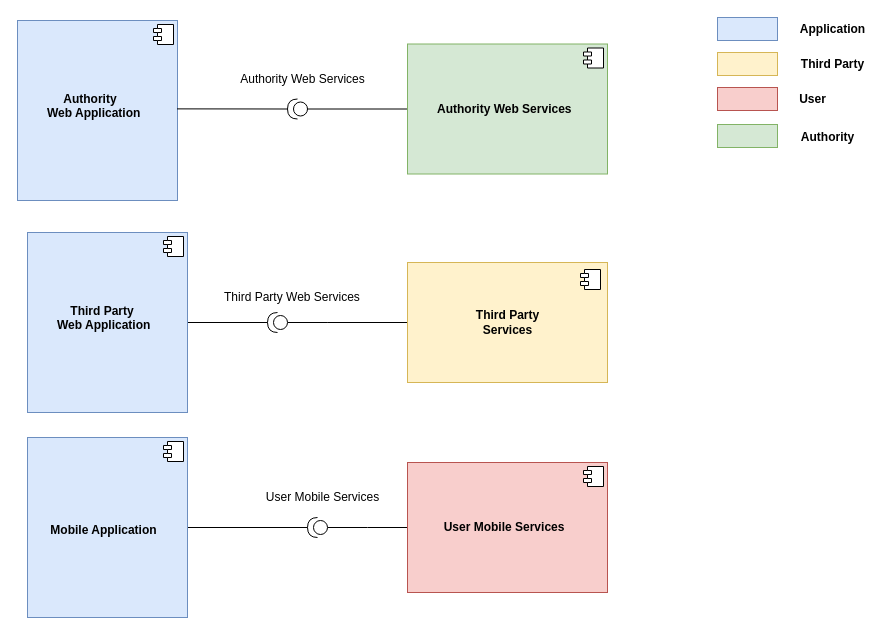
The draw.io diagram assets/images/COMPONENT (4).drawio in Tallino/DaneseSavoldelli, before the edit. Source tidied: cells renumbered, new cells numbered last; positions are measured from the earlier drawing's top-left corner, leaving out a move shared by most shapes. Both pictures are drawn from the tidied source at 100%, with x=0, y=0 at pixel (17, 17).
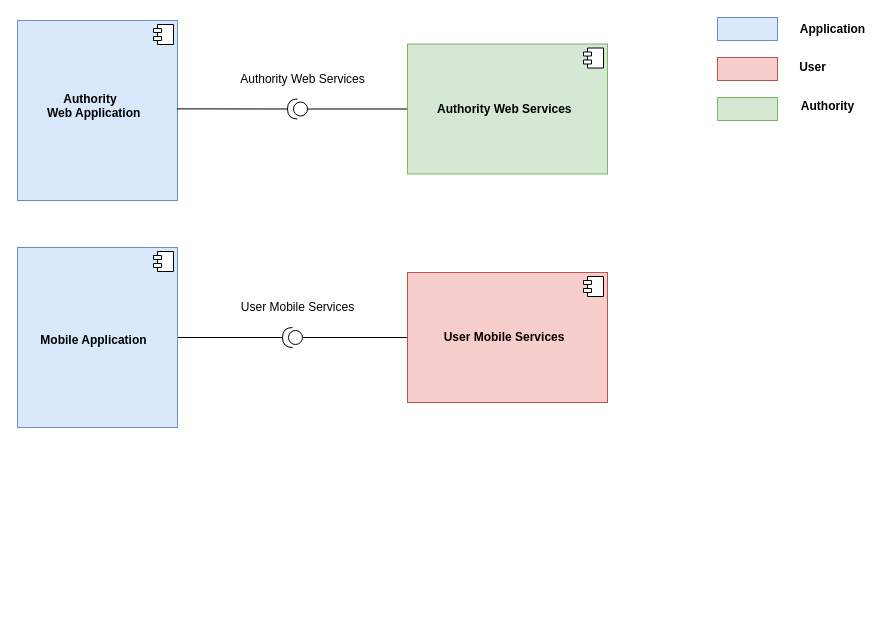
The same page after the edit.

What changed in the source:
```diff
@@
     <mxCell id="5" value="&lt;br&gt;&lt;br&gt;&lt;br&gt;&lt;br&gt;&lt;b&gt;&lt;br&gt;&lt;br&gt;&amp;nbsp; &amp;nbsp; &amp;nbsp; &amp;nbsp;Mobile Application&lt;br&gt;&lt;/b&gt;" style="align=left;overflow=fill;html=1;fillColor=#dae8fc;strokeColor=#6c8ebf;" parent="1" vertex="1">
-      <mxGeometry x="10" y="420" width="160" height="180" as="geometry" />
+      <mxGeometry y="230" width="160" height="180" as="geometry" />
     </mxCell>
@@
-    <mxCell id="7" style="edgeStyle=orthogonalEdgeStyle;rounded=0;jettySize=auto;html=1;endArrow=none;endFill=0;" parent="1" edge="1" source="8">
-      <mxGeometry relative="1" as="geometry">
-        <mxPoint x="390" y="510" as="targetPoint" />
-      </mxGeometry>
+    <mxCell id="7" style="edgeStyle=orthogonalEdgeStyle;rounded=0;jettySize=auto;html=1;endArrow=none;endFill=0;" parent="1" edge="1" source="8" target="15">
+      <mxGeometry relative="1" as="geometry" />
     </mxCell>
     <mxCell id="8" style="shape=providedRequiredInterface;html=1;verticalLabelPosition=bottom;rotation=180;" parent="1" vertex="1">
-      <mxGeometry x="290" y="500" width="20" height="20" as="geometry" />
+      <mxGeometry x="265" y="310" width="20" height="20" as="geometry" />
     </mxCell>
     <mxCell id="9" value="User Mobile Services" style="text;html=1;align=center;verticalAlign=middle;" parent="1" vertex="1">
-      <mxGeometry x="240" y="470" width="130" height="20" as="geometry" />
+      <mxGeometry x="215" y="280" width="130" height="20" as="geometry" />
     </mxCell>
@@
     <mxCell id="15" value="&lt;b&gt;&lt;br&gt;&lt;br&gt;&lt;br&gt;&lt;br&gt;&amp;nbsp; &amp;nbsp; &amp;nbsp; &amp;nbsp; &amp;nbsp; &amp;nbsp;User Mobile Services&lt;br&gt;&lt;/b&gt;" style="align=left;overflow=fill;html=1;fillColor=#f8cecc;strokeColor=#b85450;" parent="1" vertex="1">
-      <mxGeometry x="390" y="445" width="200" height="130" as="geometry" />
+      <mxGeometry x="390" y="255" width="200" height="130" as="geometry" />
     </mxCell>
@@
     <mxCell id="18" style="rounded=0;whiteSpace=wrap;html=1;fillColor=#f8cecc;strokeColor=#b85450;" parent="1" vertex="1">
-      <mxGeometry x="700" y="70" width="60" height="23" as="geometry" />
+      <mxGeometry x="700" y="40" width="60" height="23" as="geometry" />
     </mxCell>
-    <mxCell id="19" style="rounded=0;whiteSpace=wrap;html=1;fillColor=#fff2cc;strokeColor=#d6b656;" parent="1" vertex="1">
-      <mxGeometry x="700" y="35" width="60" height="23" as="geometry" />
-    </mxCell>
@@
-    <mxCell id="21" value="&lt;b&gt;Third Party&lt;/b&gt;" style="text;html=1;align=center;verticalAlign=middle;" parent="1" vertex="1">
-      <mxGeometry x="775" y="36.5" width="80" height="20" as="geometry" />
-    </mxCell>
     <mxCell id="22" value="&lt;b&gt;User&lt;/b&gt;" style="text;html=1;align=center;verticalAlign=middle;" parent="1" vertex="1">
-      <mxGeometry x="775" y="71.5" width="40" height="20" as="geometry" />
+      <mxGeometry x="775" y="40" width="40" height="20" as="geometry" />
     </mxCell>
     <mxCell id="23" style="rounded=0;whiteSpace=wrap;html=1;fillColor=#d5e8d4;strokeColor=#82b366;" parent="1" vertex="1">
-      <mxGeometry x="700" y="107" width="60" height="23" as="geometry" />
+      <mxGeometry x="700" y="80" width="60" height="23" as="geometry" />
     </mxCell>
     <mxCell id="24" value="Authority" style="text;html=1;align=center;verticalAlign=middle;fontStyle=1;" parent="1" vertex="1">
-      <mxGeometry x="775" y="110" width="70" height="20" as="geometry" />
+      <mxGeometry x="775" y="78.5" width="70" height="20" as="geometry" />
     </mxCell>
-    <mxCell id="25" style="edgeStyle=orthogonalEdgeStyle;rounded=0;jettySize=auto;html=1;endArrow=none;endFill=0;" parent="1" edge="1" source="26">
-      <mxGeometry relative="1" as="geometry">
-        <mxPoint x="310" y="305" as="targetPoint" />
-      </mxGeometry>
-    </mxCell>
-    <mxCell id="26" value="&lt;b&gt;Third Party&lt;br&gt;Services&lt;br&gt;&lt;/b&gt;" style="html=1;fillColor=#fff2cc;strokeColor=#d6b656;" parent="1" vertex="1">
-      <mxGeometry x="390" y="245" width="200" height="120" as="geometry" />
-    </mxCell>
-    <mxCell id="27" style="shape=component;jettyWidth=8;jettyHeight=4;" parent="26" vertex="1">
-      <mxGeometry x="1" width="20" height="20" relative="1" as="geometry">
-        <mxPoint x="-27" y="7" as="offset" />
-      </mxGeometry>
-    </mxCell>
-    <mxCell id="28" style="edgeStyle=orthogonalEdgeStyle;rounded=0;jettySize=auto;html=1;endArrow=none;endFill=0;" parent="1" edge="1" source="29">
-      <mxGeometry relative="1" as="geometry">
-        <mxPoint x="350" y="305" as="targetPoint" />
-      </mxGeometry>
-    </mxCell>
-    <mxCell id="29" style="shape=providedRequiredInterface;html=1;verticalLabelPosition=bottom;rotation=-180;" parent="1" vertex="1">
-      <mxGeometry x="250" y="295" width="20" height="20" as="geometry" />
-    </mxCell>
-    <mxCell id="30" value="Third Party Web Services" style="text;html=1;align=left;verticalAlign=top;spacingTop=-4;" parent="1" vertex="1">
-      <mxGeometry x="205" y="270" width="150" height="20" as="geometry" />
-    </mxCell>
-    <mxCell id="31" style="edgeStyle=orthogonalEdgeStyle;rounded=0;jettySize=auto;html=1;endArrow=none;endFill=0;" parent="1" edge="1" source="32" target="29">
-      <mxGeometry relative="1" as="geometry" />
-    </mxCell>
-    <mxCell id="32" value="&lt;br&gt;&lt;br&gt;&lt;br&gt;&lt;br&gt;&lt;b&gt;&lt;br&gt;&lt;/b&gt;&lt;b&gt;&amp;nbsp; &amp;nbsp; &amp;nbsp; &amp;nbsp; &amp;nbsp; &amp;nbsp; &amp;nbsp;Third Party&lt;br&gt;&amp;nbsp; &amp;nbsp; &amp;nbsp; &amp;nbsp; &amp;nbsp;Web Application&lt;/b&gt;" style="align=left;overflow=fill;html=1;fillColor=#dae8fc;strokeColor=#6c8ebf;" parent="1" vertex="1">
-      <mxGeometry x="10" y="215" width="160" height="180" as="geometry" />
-    </mxCell>
-    <mxCell id="33" style="shape=component;jettyWidth=8;jettyHeight=4;" parent="32" vertex="1">
-      <mxGeometry x="1" width="20" height="20" relative="1" as="geometry">
-        <mxPoint x="-24" y="4" as="offset" />
-      </mxGeometry>
-    </mxCell>
```
